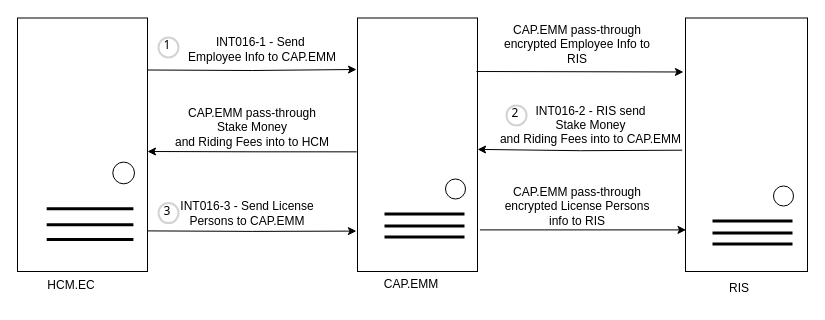
wsxad234/flowchart keeps this draw.io diagram as page "RIS" (11 of 19) of Untitled Diagram.drawio. Above is the earlier version. Source tidied: cells renumbered, new cells numbered last; positions are measured from the earlier drawing's top-left corner, leaving out a move shared by most shapes. Both pictures are drawn from the tidied source at 100%, with x=0, y=0 at pixel (17, 17).
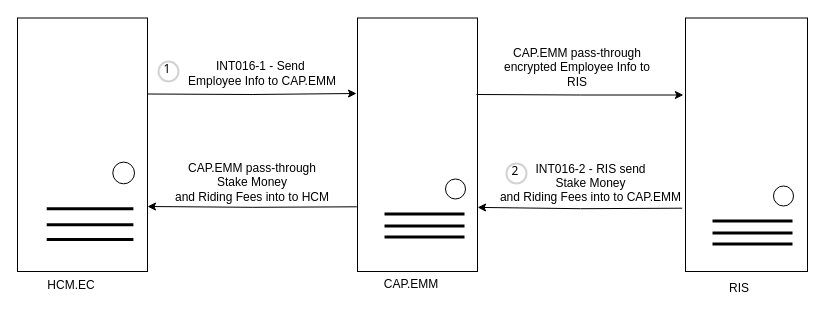
The same page after the edit.

The change refers to these unchanged cells:
```xml
<mxCell id="4" style="rounded=0;whiteSpace=wrap;html=1;" parent="1" vertex="1">
  <mxGeometry x="668" y="0.5" width="122" height="253.5" as="geometry" />
</mxCell>
<mxCell id="11" style="rounded=0;whiteSpace=wrap;html=1;" parent="1" vertex="1">
  <mxGeometry x="340" y="0.5" width="120" height="253.5" as="geometry" />
</mxCell>
```

Change to the diagram source:
```diff
@@
     <mxCell id="3" style="edgeStyle=orthogonalEdgeStyle;rounded=0;orthogonalLoop=1;jettySize=auto;html=1;exitX=-0.027;exitY=0.908;exitDx=0;exitDy=0;entryX=1.001;entryY=0.905;entryDx=0;entryDy=0;entryPerimeter=0;exitPerimeter=0;" parent="1" edge="1">
       <mxGeometry relative="1" as="geometry">
-        <mxPoint x="664.7" y="132.7" as="sourcePoint" />
-        <mxPoint x="460.1" y="131.9" as="targetPoint" />
+        <mxPoint x="664.7" y="190.7" as="sourcePoint" />
+        <mxPoint x="460.1" y="189.9" as="targetPoint" />
       </mxGeometry>
     </mxCell>
@@
-    <mxCell id="10" style="edgeStyle=orthogonalEdgeStyle;rounded=0;orthogonalLoop=1;jettySize=auto;html=1;exitX=1.02;exitY=0.607;exitDx=0;exitDy=0;entryX=0.004;entryY=0.607;entryDx=0;entryDy=0;entryPerimeter=0;exitPerimeter=0;" parent="1" edge="1">
-      <mxGeometry relative="1" as="geometry">
-        <mxPoint x="462.4" y="212.4" as="sourcePoint" />
-        <mxPoint x="668.5" y="212.4" as="targetPoint" />
-      </mxGeometry>
-    </mxCell>
@@
     <mxCell id="17" value="CAP.EMM pass-through encrypted Employee Info to RIS" style="text;html=1;strokeColor=none;fillColor=none;align=center;verticalAlign=middle;whiteSpace=wrap;rounded=0;" parent="1" vertex="1">
-      <mxGeometry x="480" y="1.1" width="160" height="52.2" as="geometry" />
+      <mxGeometry x="480" y="24.1" width="160" height="52.2" as="geometry" />
     </mxCell>
     <mxCell id="18" value="1" style="ellipse;whiteSpace=wrap;html=1;strokeWidth=2;fontFamily=Tahoma;spacingBottom=4;spacingRight=2;strokeColor=#d3d3d3;" parent="1" vertex="1">
-      <mxGeometry x="141" y="20" width="20" height="20" as="geometry" />
+      <mxGeometry x="141" y="44" width="20" height="20" as="geometry" />
     </mxCell>
@@
-    <mxCell id="25" value="CAP.EMM pass-through encrypted License Persons info to RIS" style="text;html=1;strokeColor=none;fillColor=none;align=center;verticalAlign=middle;whiteSpace=wrap;rounded=0;" parent="1" vertex="1">
-      <mxGeometry x="480" y="162.4" width="160" height="52.2" as="geometry" />
-    </mxCell>
     <mxCell id="26" value="&lt;br&gt;&lt;table style=&quot;border-collapse:&lt;br/&gt; collapse;width:305pt&quot; width=&quot;406&quot; cellspacing=&quot;0&quot; cellpadding=&quot;0&quot; border=&quot;0&quot;&gt;&lt;tbody&gt;&lt;tr style=&quot;height:14.4pt&quot; height=&quot;19&quot;&gt;  &lt;td style=&quot;height:14.4pt;width:305pt&quot; width=&quot;406&quot; height=&quot;19&quot;&gt;INT016-2 - RIS send &lt;br&gt;Stake Money &lt;br&gt;and Riding Fees into to CAP.EMM&lt;/td&gt;&lt;/tr&gt;&lt;/tbody&gt;&lt;/table&gt;&lt;table style=&quot;border-collapse:&lt;br/&gt; collapse;width:305pt&quot; width=&quot;406&quot; cellspacing=&quot;0&quot; cellpadding=&quot;0&quot; border=&quot;0&quot;&gt;&lt;tbody&gt;&lt;tr style=&quot;height:14.4pt&quot; height=&quot;19&quot;&gt;&lt;td style=&quot;height:14.4pt;width:305pt&quot; width=&quot;406&quot; height=&quot;19&quot;&gt;&lt;/td&gt;&lt;/tr&gt;&lt;/tbody&gt;&lt;/table&gt;" style="text;html=1;strokeColor=none;fillColor=none;align=center;verticalAlign=middle;whiteSpace=wrap;rounded=0;" parent="1" vertex="1">
-      <mxGeometry x="520" y="85" width="107" height="50" as="geometry" />
+      <mxGeometry x="520" y="143" width="107" height="50" as="geometry" />
     </mxCell>
-    <mxCell id="27" value="&lt;div&gt;INT016-3 - Send License Persons to CAP.EMM&lt;/div&gt;" style="text;html=1;strokeColor=none;fillColor=none;align=center;verticalAlign=middle;whiteSpace=wrap;rounded=0;" parent="1" vertex="1">
-      <mxGeometry x="150" y="169.5" width="160" height="52.2" as="geometry" />
-    </mxCell>
     <mxCell id="28" value="&lt;br&gt;&lt;table style=&quot;border-collapse:&lt;br/&gt; collapse;width:305pt&quot; width=&quot;406&quot; cellspacing=&quot;0&quot; cellpadding=&quot;0&quot; border=&quot;0&quot;&gt;&lt;tbody&gt;&lt;tr style=&quot;height:14.4pt&quot; height=&quot;19&quot;&gt;  &lt;td style=&quot;height:14.4pt;width:305pt&quot; width=&quot;406&quot; height=&quot;19&quot;&gt;INT016-1 - Send&amp;nbsp;&lt;br&gt;  Employee Info to CAP.EMM&lt;/td&gt;&lt;/tr&gt;&lt;/tbody&gt;&lt;/table&gt;" style="text;html=1;strokeColor=none;fillColor=none;align=center;verticalAlign=middle;whiteSpace=wrap;rounded=0;" parent="1" vertex="1">
-      <mxGeometry x="180" y="10" width="130" height="30" as="geometry" />
+      <mxGeometry x="180" y="34" width="130" height="30" as="geometry" />
     </mxCell>
     <mxCell id="29" style="edgeStyle=orthogonalEdgeStyle;rounded=0;orthogonalLoop=1;jettySize=auto;html=1;exitX=1.003;exitY=0.225;exitDx=0;exitDy=0;entryX=-0.006;entryY=0.604;entryDx=0;entryDy=0;entryPerimeter=0;exitPerimeter=0;" parent="1" edge="1">
       <mxGeometry relative="1" as="geometry">
-        <mxPoint x="130.4" y="52.5" as="sourcePoint" />
-        <mxPoint x="339" y="52" as="targetPoint" />
+        <mxPoint x="130.4" y="76.5" as="sourcePoint" />
+        <mxPoint x="339" y="76" as="targetPoint" />
       </mxGeometry>
     </mxCell>
-    <mxCell id="30" style="edgeStyle=orthogonalEdgeStyle;rounded=0;jettySize=auto;html=1;exitX=1.003;exitY=0.225;exitDx=0;exitDy=0;entryX=-0.017;entryY=0.213;entryDx=0;entryDy=0;entryPerimeter=0;exitPerimeter=0;" parent="1" edge="1" target="4">
+    <mxCell id="30" style="edgeStyle=orthogonalEdgeStyle;rounded=0;orthogonalLoop=1;jettySize=auto;html=1;exitX=1.003;exitY=0.225;exitDx=0;exitDy=0;entryX=-0.017;entryY=0.213;entryDx=0;entryDy=0;entryPerimeter=0;exitPerimeter=0;" parent="1" edge="1">
       <mxGeometry relative="1" as="geometry">
-        <mxPoint x="459" y="54" as="sourcePoint" />
+        <mxPoint x="459" y="77" as="sourcePoint" />
+        <mxPoint x="665.9" y="77.5" as="targetPoint" />
       </mxGeometry>
     </mxCell>
-    <mxCell id="31" style="edgeStyle=orthogonalEdgeStyle;rounded=0;jettySize=auto;html=1;exitX=-0.006;exitY=0.528;exitDx=0;exitDy=0;entryX=1.012;entryY=0.853;entryDx=0;entryDy=0;entryPerimeter=0;exitPerimeter=0;" parent="1" edge="1" source="11">
+    <mxCell id="31" style="edgeStyle=orthogonalEdgeStyle;rounded=0;orthogonalLoop=1;jettySize=auto;html=1;exitX=-0.006;exitY=0.528;exitDx=0;exitDy=0;entryX=1.012;entryY=0.853;entryDx=0;entryDy=0;entryPerimeter=0;exitPerimeter=0;" parent="1" edge="1">
       <mxGeometry relative="1" as="geometry">
-        <mxPoint x="130" y="134" as="targetPoint" />
+        <mxPoint x="339.3" y="189.3" as="sourcePoint" />
+        <mxPoint x="130" y="189" as="targetPoint" />
       </mxGeometry>
     </mxCell>
     <mxCell id="32" value="CAP.EMM pass-through Stake Money&lt;br style=&quot;border-color: var(--border-color);&quot;&gt;and Riding Fees into to HCM" style="text;html=1;strokeColor=none;fillColor=none;align=center;verticalAlign=middle;whiteSpace=wrap;rounded=0;" parent="1" vertex="1">
-      <mxGeometry x="155" y="83.9" width="160" height="52.2" as="geometry" />
+      <mxGeometry x="155" y="138.9" width="160" height="52.2" as="geometry" />
     </mxCell>
     <mxCell id="33" value="2" style="ellipse;whiteSpace=wrap;html=1;strokeWidth=2;fontFamily=Tahoma;spacingBottom=4;spacingRight=2;strokeColor=#d3d3d3;" parent="1" vertex="1">
-      <mxGeometry x="489" y="87.9" width="20" height="20" as="geometry" />
+      <mxGeometry x="489" y="145.9" width="20" height="20" as="geometry" />
     </mxCell>
-    <mxCell id="34" style="edgeStyle=orthogonalEdgeStyle;rounded=0;orthogonalLoop=1;jettySize=auto;html=1;exitX=1.02;exitY=0.607;exitDx=0;exitDy=0;entryX=-0.009;entryY=0.876;entryDx=0;entryDy=0;entryPerimeter=0;exitPerimeter=0;" parent="1" edge="1">
-      <mxGeometry relative="1" as="geometry">
-        <mxPoint x="130.4" y="213.4" as="sourcePoint" />
-        <mxPoint x="338.9" y="213.6" as="targetPoint" />
-      </mxGeometry>
-    </mxCell>
-    <mxCell id="35" value="3" style="ellipse;whiteSpace=wrap;html=1;strokeWidth=2;fontFamily=Tahoma;spacingBottom=4;spacingRight=2;strokeColor=#d3d3d3;" parent="1" vertex="1">
-      <mxGeometry x="141" y="185.6" width="20" height="20" as="geometry" />
-    </mxCell>
```
